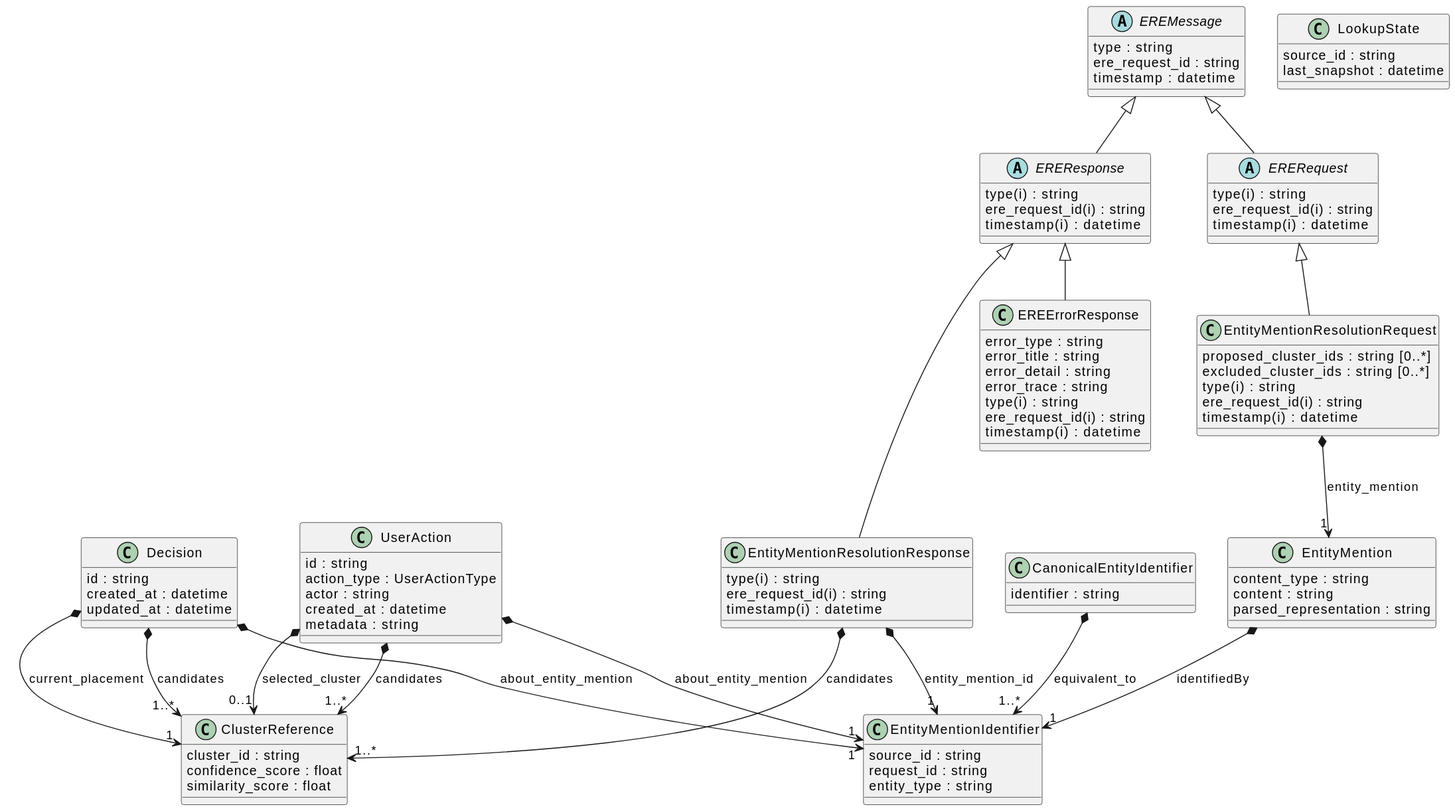
This is docs/schema/EreServiceSchema.svg from OP-TED/entity-resolution-spec, a PlantUML export, as it was before one commit.
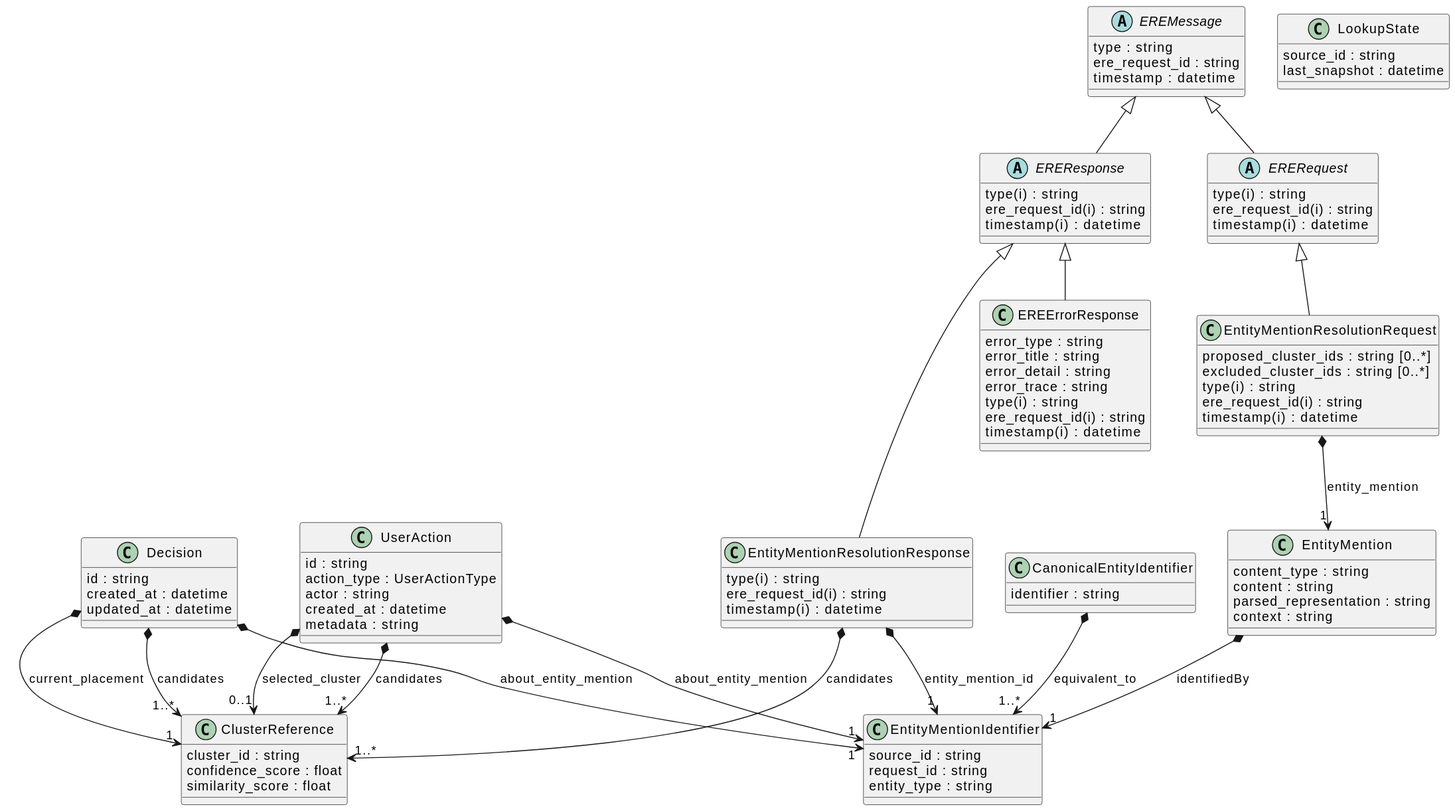
The same file after the commit.

What changed in the source:
```diff
@@ -40,6 +40,7 @@
     {field} content_type : string
     {field} content : string
     {field} parsed_representation : string
+    {field} context : string
 }
 "CanonicalEntityIdentifier" *--> "1..*" "EntityMentionIdentifier" : "equivalent_to"
 "Decision" *--> "1" "EntityMentionIdentifier" : "about_entity_mention"
```
